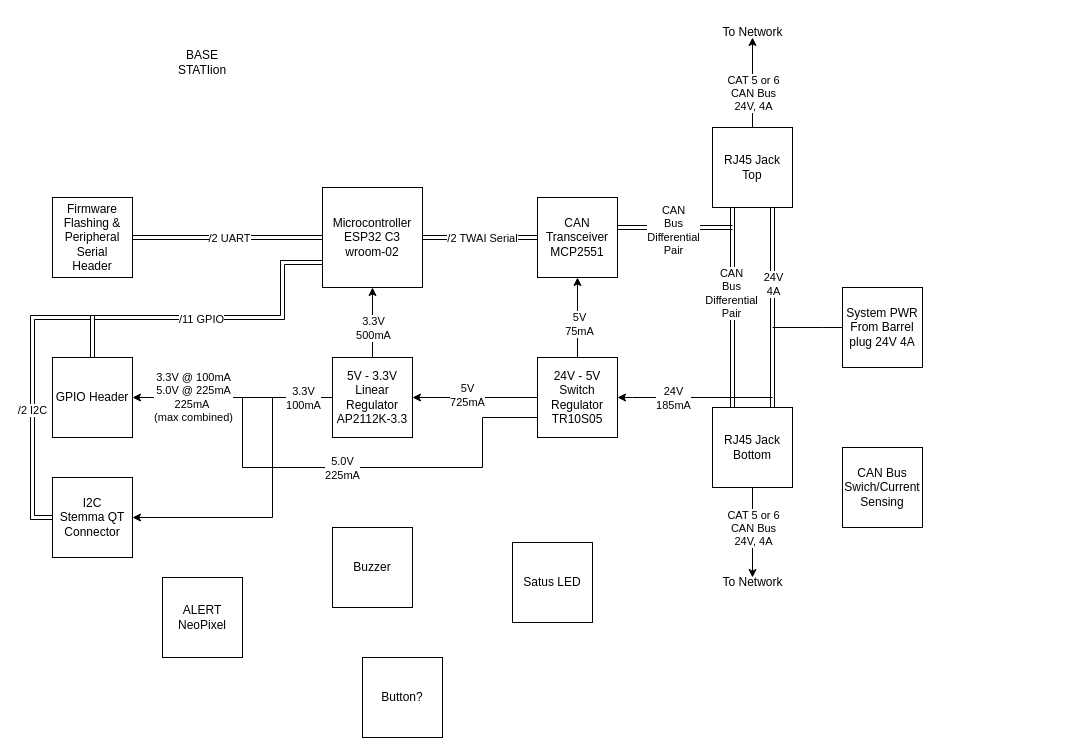
The draw.io diagram BlockDiagrams/BaseStationBlock.drawio in ProjectFishWorks/Documentation, before the edit. Source tidied: cells renumbered, new cells numbered last; positions are measured from the earlier drawing's top-left corner, leaving out a move shared by most shapes. Both pictures are drawn from the tidied source at 100%, with x=0, y=0 at pixel (32, 17).
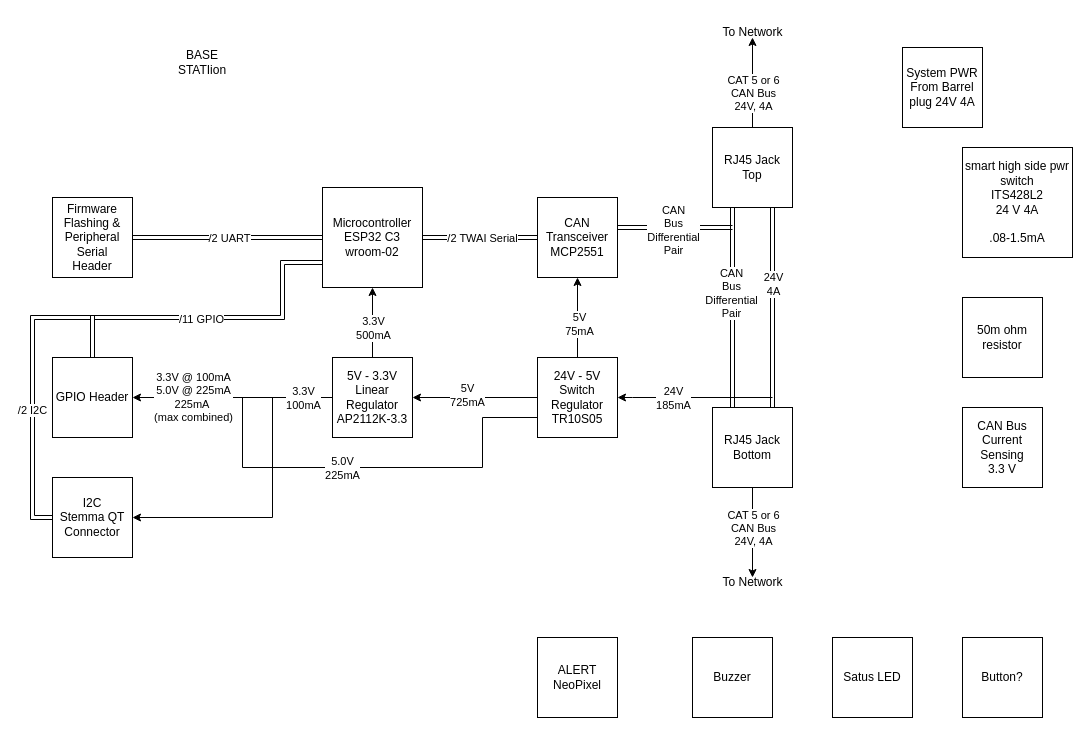
The same page after the edit.

What changed in the source:
```diff
@@
     <mxCell id="46" value="ALERT&lt;div&gt;NeoPixel&lt;/div&gt;" style="whiteSpace=wrap;html=1;" parent="1" vertex="1">
-      <mxGeometry x="130" y="560" width="80" height="80" as="geometry" />
+      <mxGeometry x="505" y="620" width="80" height="80" as="geometry" />
     </mxCell>
     <mxCell id="47" value="Buzzer" style="whiteSpace=wrap;html=1;" parent="1" vertex="1">
-      <mxGeometry x="300" y="510" width="80" height="80" as="geometry" />
+      <mxGeometry x="660" y="620" width="80" height="80" as="geometry" />
     </mxCell>
     <mxCell id="48" value="Satus LED" style="whiteSpace=wrap;html=1;" parent="1" vertex="1">
-      <mxGeometry x="480" y="525" width="80" height="80" as="geometry" />
+      <mxGeometry x="800" y="620" width="80" height="80" as="geometry" />
     </mxCell>
     <mxCell id="49" value="System PWR From Barrel plug 24V 4A" style="whiteSpace=wrap;html=1;" parent="1" vertex="1">
-      <mxGeometry x="810" y="270" width="80" height="80" as="geometry" />
+      <mxGeometry x="870" y="30" width="80" height="80" as="geometry" />
     </mxCell>
-    <mxCell id="50" style="endArrow=none;html=1;rounded=0;entryX=0;entryY=0.5;entryDx=0;entryDy=0;" parent="1" edge="1" target="49">
-      <mxGeometry relative="1" as="geometry">
-        <mxPoint x="740" y="310" as="sourcePoint" />
-        <Array as="points">
-          <mxPoint x="790" y="310" />
-        </Array>
-      </mxGeometry>
-    </mxCell>
-    <mxCell id="51" value="CAN Bus Swich/Current Sensing" style="whiteSpace=wrap;html=1;" parent="1" vertex="1">
-      <mxGeometry x="810" y="430" width="80" height="80" as="geometry" />
+    <mxCell id="51" value="CAN Bus Current Sensing&lt;div&gt;3.3 V&lt;/div&gt;" style="whiteSpace=wrap;html=1;" parent="1" vertex="1">
+      <mxGeometry x="930" y="390" width="80" height="80" as="geometry" />
     </mxCell>
     <mxCell id="52" value="Button?" style="whiteSpace=wrap;html=1;" parent="1" vertex="1">
-      <mxGeometry x="330" y="640" width="80" height="80" as="geometry" />
+      <mxGeometry x="930" y="620" width="80" height="80" as="geometry" />
     </mxCell>
+    <mxCell id="53" value="50m ohm resistor" style="whiteSpace=wrap;html=1;" parent="1" vertex="1">
+      <mxGeometry x="930" y="280" width="80" height="80" as="geometry" />
+    </mxCell>
+    <mxCell id="54" value="smart high side pwr switch&lt;div&gt;ITS428L2&lt;/div&gt;&lt;div&gt;24 V 4A&lt;/div&gt;&lt;div&gt;&lt;br&gt;&lt;/div&gt;&lt;div&gt;.08-1.5mA&lt;/div&gt;" style="whiteSpace=wrap;html=1;" parent="1" vertex="1">
+      <mxGeometry x="930" y="130" width="110" height="110" as="geometry" />
+    </mxCell>
```
